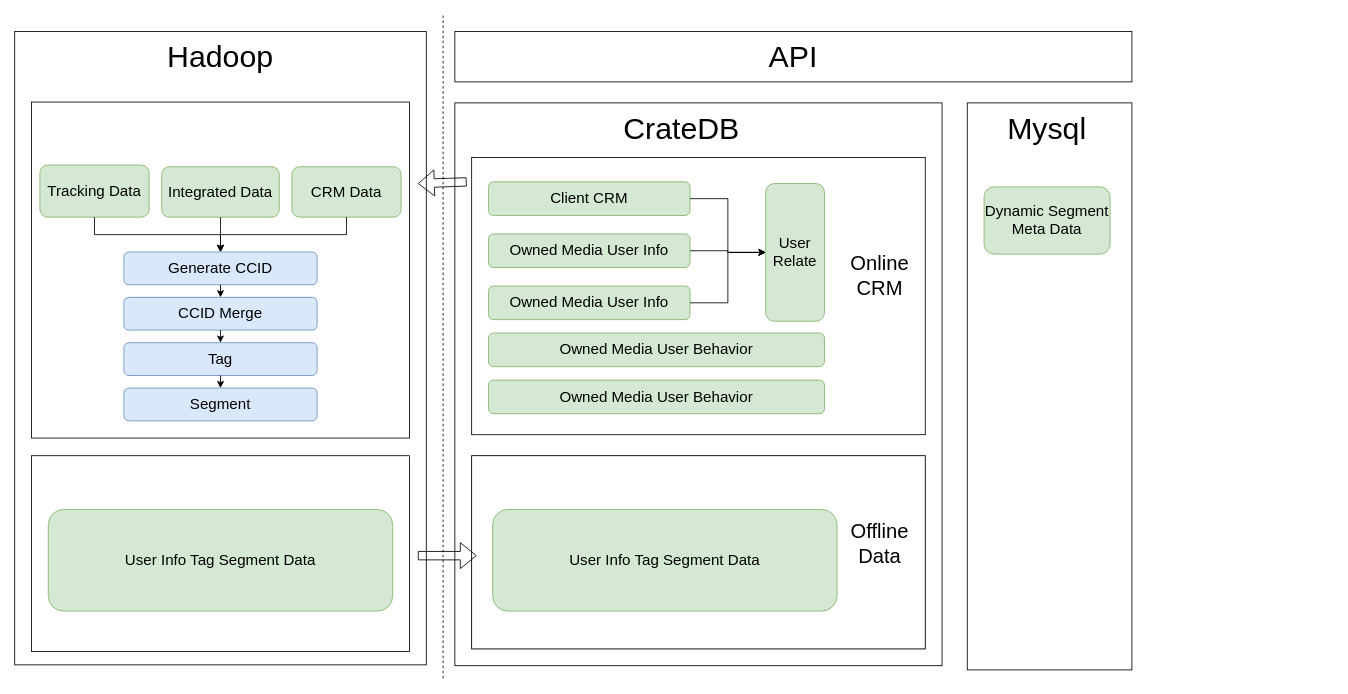
Above: Untitled Diagram.drawio in superjoeye/adhoc (draw.io), before the change. Source tidied: cells renumbered, new cells numbered last; positions are measured from the earlier drawing's top-left corner, leaving out a move shared by most shapes. Both pictures are drawn from the tidied source at 84%, with x=0, y=0 at pixel (14, 14).
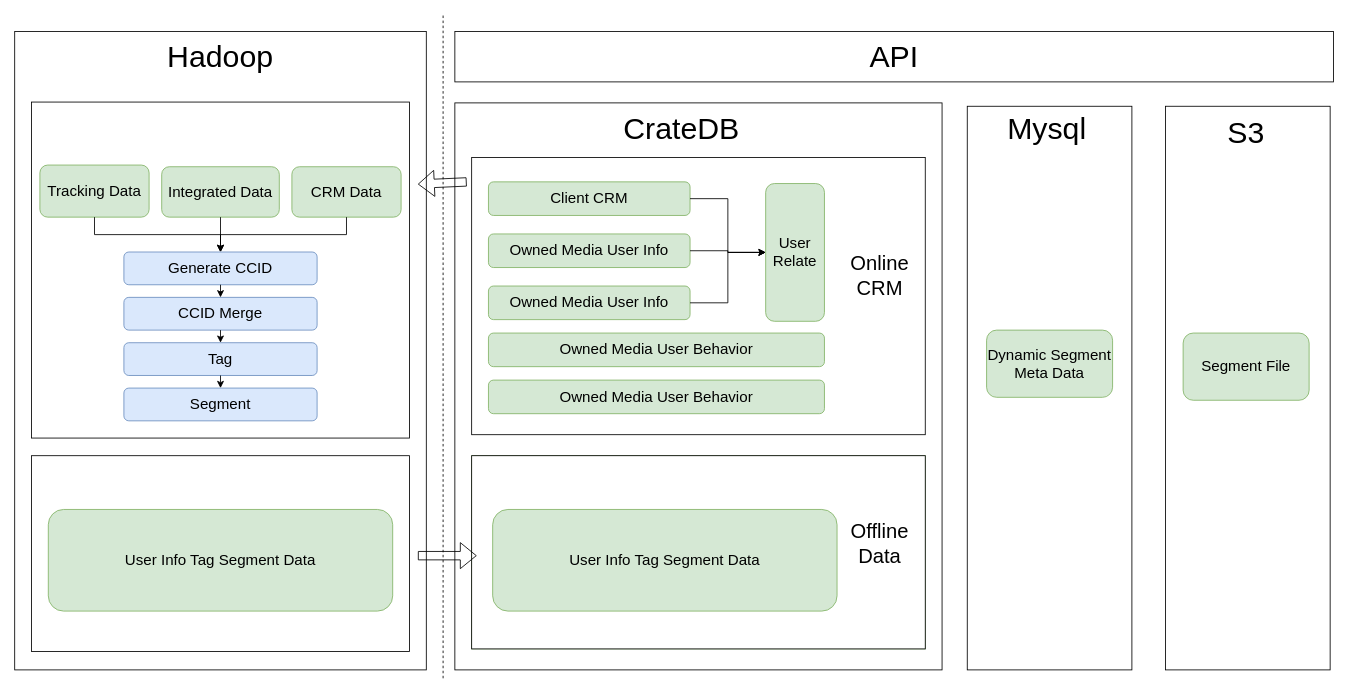
The same diagram, later.

Unchanged cells that the change refers to:
```xml
<mxCell id="11" style="rounded=0;whiteSpace=wrap;html=1;" parent="1" vertex="1">
  <mxGeometry x="544" y="170" width="540" height="330" as="geometry" />
</mxCell>
```

Change to the diagram source:
```diff
@@
     <mxCell id="2" style="group;" parent="1" vertex="1">
-      <mxGeometry y="20" width="490" height="754" as="geometry" />
+      <mxGeometry y="20" width="490" height="760" as="geometry" />
     </mxCell>
     <mxCell id="3" style="rounded=0;whiteSpace=wrap;html=1;" parent="2" vertex="1">
-      <mxGeometry width="490" height="754" as="geometry" />
+      <mxGeometry width="490" height="760" as="geometry" />
     </mxCell>
     <mxCell id="4" value="&lt;font style=&quot;font-size: 36px&quot;&gt;Hadoop&lt;/font&gt;" style="text;html=1;strokeColor=none;fillColor=none;align=center;verticalAlign=middle;whiteSpace=wrap;rounded=0;" parent="2" vertex="1">
-      <mxGeometry x="225" y="20" width="40" height="20" as="geometry" />
+      <mxGeometry x="225" y="20.2" width="40" height="20.2" as="geometry" />
     </mxCell>
@@
     <mxCell id="7" style="group;" parent="1" vertex="1">
-      <mxGeometry x="524" y="105" width="580" height="670" as="geometry" />
+      <mxGeometry x="524" y="105" width="580" height="675" as="geometry" />
     </mxCell>
     <mxCell id="8" style="rounded=0;whiteSpace=wrap;html=1;" parent="7" vertex="1">
-      <mxGeometry width="580" height="670" as="geometry" />
+      <mxGeometry width="580" height="675" as="geometry" />
     </mxCell>
     <mxCell id="9" value="&lt;font style=&quot;font-size: 36px&quot;&gt;CrateDB&lt;/font&gt;" style="text;html=1;strokeColor=none;fillColor=none;align=center;verticalAlign=middle;whiteSpace=wrap;rounded=0;" parent="7" vertex="1">
-      <mxGeometry x="250" y="20" width="40" height="20" as="geometry" />
+      <mxGeometry x="250" y="20.1" width="40" height="20.1" as="geometry" />
     </mxCell>
     <mxCell id="10" style="shape=flexArrow;endArrow=classic;html=1;exitX=-0.011;exitY=0.088;exitDx=0;exitDy=0;exitPerimeter=0;" parent="7" edge="1" source="11">
       <mxGeometry relative="1" as="geometry">
-        <mxPoint x="-44" y="96" as="targetPoint" />
+        <mxPoint x="-44" y="96.7" as="targetPoint" />
       </mxGeometry>
     </mxCell>
@@
     <mxCell id="22" style="rounded=0;whiteSpace=wrap;html=1;" parent="1" vertex="1">
-      <mxGeometry x="1134" y="105" width="196" height="675" as="geometry" />
+      <mxGeometry x="1134" y="109" width="196" height="671" as="geometry" />
     </mxCell>
@@
     <mxCell id="24" value="&lt;font style=&quot;font-size: 18px&quot;&gt;Dynamic Segment&lt;br&gt;Meta Data&lt;/font&gt;&lt;br&gt;" style="rounded=1;whiteSpace=wrap;html=1;fillColor=#d5e8d4;strokeColor=#82b366;" parent="1" vertex="1">
-      <mxGeometry x="1154" y="205" width="150" height="80" as="geometry" />
+      <mxGeometry x="1157" y="375.5" width="150" height="80" as="geometry" />
     </mxCell>
@@
     <mxCell id="30" value="&lt;font style=&quot;font-size: 36px&quot;&gt;API&lt;/font&gt;" style="rounded=0;whiteSpace=wrap;html=1;" parent="1" vertex="1">
-      <mxGeometry x="524" y="20" width="806" height="60" as="geometry" />
+      <mxGeometry x="524" y="20" width="1046" height="60" as="geometry" />
     </mxCell>
@@
+    <mxCell id="47" style="rounded=0;whiteSpace=wrap;html=1;" parent="1" vertex="1">
+      <mxGeometry x="1370" y="109" width="196" height="671" as="geometry" />
+    </mxCell>
+    <mxCell id="48" value="&lt;font style=&quot;font-size: 36px&quot;&gt;S3&lt;/font&gt;" style="text;html=1;strokeColor=none;fillColor=none;align=center;verticalAlign=middle;whiteSpace=wrap;rounded=0;" parent="1" vertex="1">
+      <mxGeometry x="1446" y="130" width="40" height="20" as="geometry" />
+    </mxCell>
+    <mxCell id="49" value="&lt;span style=&quot;font-size: 18px&quot;&gt;Segment File&lt;/span&gt;&lt;br&gt;" style="rounded=1;whiteSpace=wrap;html=1;fillColor=#d5e8d4;strokeColor=#82b366;" parent="1" vertex="1">
+      <mxGeometry x="1391" y="379" width="150" height="80" as="geometry" />
+    </mxCell>
```
